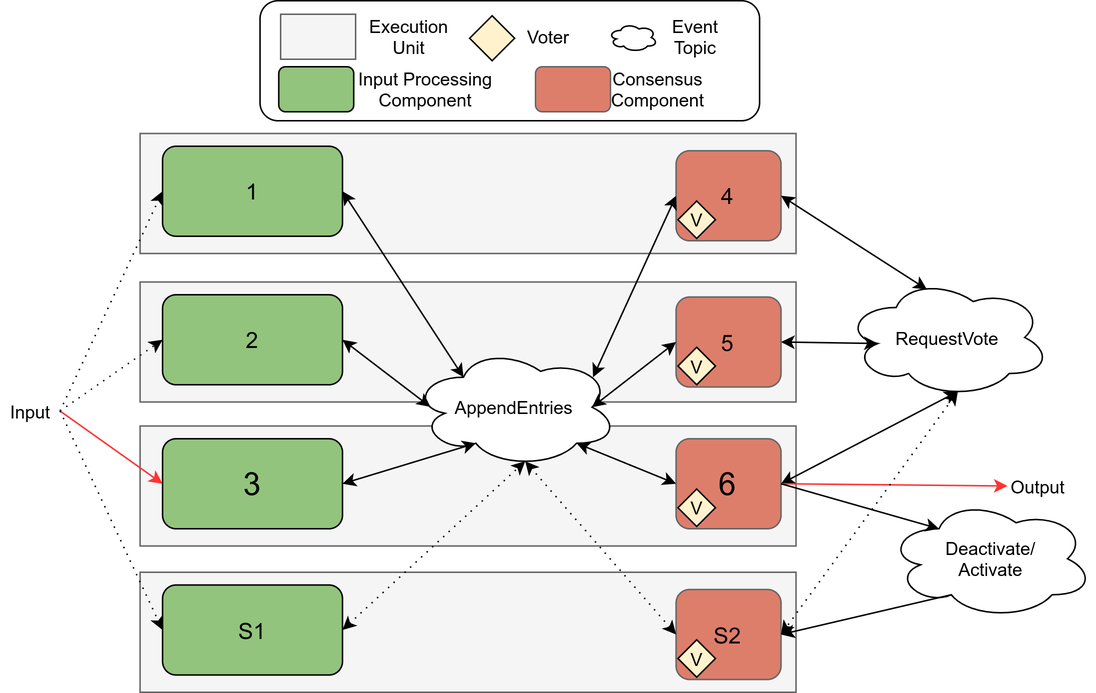
The draw.io diagram images/ThreeEUConsensusDDS.png in Boffmann/masterThesis, before a commit. Source tidied: cells renumbered, new cells last; positions are measured from the earlier drawing's top-left corner, leaving out a move shared by most shapes.
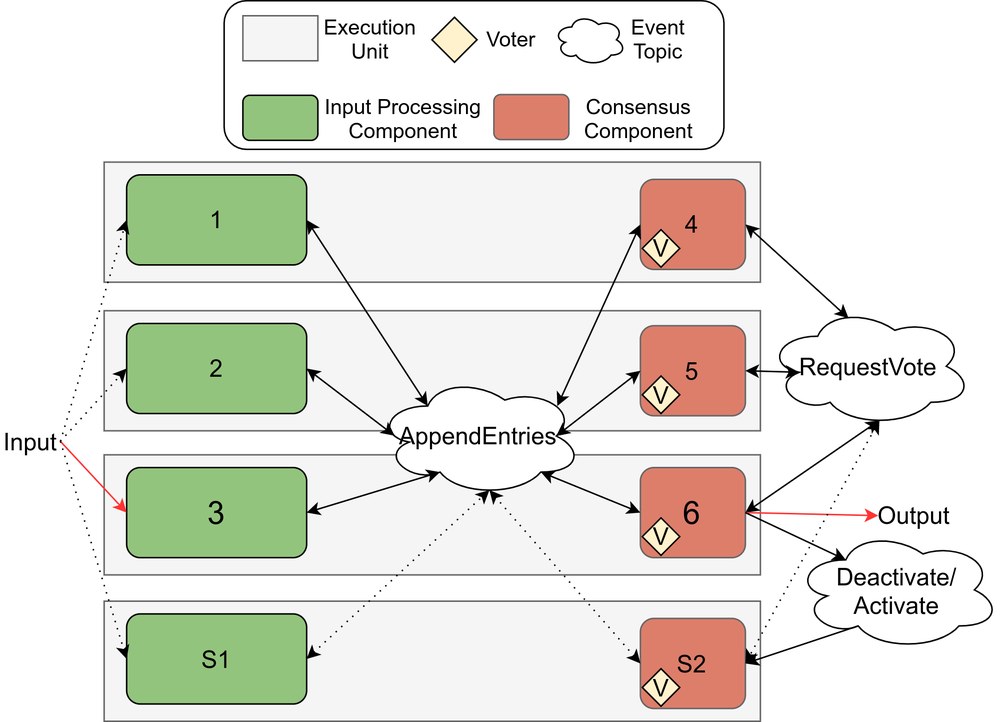
Above is the later version.

Change to the diagram source:
```diff
@@ -3,37 +3,37 @@
     <mxCell id="0" />
     <mxCell id="1" parent="0" />
     <mxCell id="2" style="rounded=1;whiteSpace=wrap;html=1;" parent="1" vertex="1">
-      <mxGeometry x="172.9" width="333.2" height="80" as="geometry" />
+      <mxGeometry x="172.9" y="-19" width="333.2" height="99" as="geometry" />
     </mxCell>
     <mxCell id="3" style="rounded=0;whiteSpace=wrap;html=1;fillColor=#f5f5f5;strokeColor=#666666;fontColor=#333333;" parent="1" vertex="1">
-      <mxGeometry x="186.7" y="9" width="50" height="30" as="geometry" />
+      <mxGeometry x="185.4" y="-9" width="50" height="30" as="geometry" />
     </mxCell>
-    <mxCell id="4" value="Execution&lt;br&gt;Unit" style="text;html=1;align=center;verticalAlign=middle;" parent="1" vertex="1">
-      <mxGeometry x="236.7" y="9" width="70" height="30" as="geometry" />
+    <mxCell id="4" value="&lt;font style=&quot;font-size: 14px&quot;&gt;Execution&lt;br&gt;Unit&lt;/font&gt;" style="text;html=1;align=center;verticalAlign=middle;" parent="1" vertex="1">
+      <mxGeometry x="230.4" y="-14" width="80" height="40" as="geometry" />
     </mxCell>
     <mxCell id="5" style="rounded=1;whiteSpace=wrap;html=1;strokeColor=#666666;fillColor=#dd7e6b;" parent="1" vertex="1">
-      <mxGeometry x="356.7" y="44" width="50" height="30" as="geometry" />
+      <mxGeometry x="352.8" y="43.5" width="50" height="30" as="geometry" />
     </mxCell>
-    <mxCell id="6" value="Consensus&lt;br&gt;Component" style="text;html=1;align=center;verticalAlign=middle;" parent="1" vertex="1">
-      <mxGeometry x="398.1" y="44" width="80" height="30" as="geometry" />
+    <mxCell id="6" value="&lt;font style=&quot;font-size: 14px&quot;&gt;Consensus&lt;br&gt;Component&lt;/font&gt;" style="text;html=1;align=center;verticalAlign=middle;" parent="1" vertex="1">
+      <mxGeometry x="404" y="39" width="90" height="40" as="geometry" />
     </mxCell>
     <mxCell id="7" style="rhombus;whiteSpace=wrap;html=1;fillColor=#FFF2CC;" parent="1" vertex="1">
-      <mxGeometry x="312.8" y="10" width="30" height="30" as="geometry" />
+      <mxGeometry x="311.5" y="-8" width="30" height="30" as="geometry" />
     </mxCell>
-    <mxCell id="8" value="Voter" style="text;html=1;align=center;verticalAlign=middle;" parent="1" vertex="1">
-      <mxGeometry x="345.3" y="14" width="40" height="20" as="geometry" />
+    <mxCell id="8" value="&lt;font style=&quot;font-size: 14px&quot;&gt;Voter&lt;/font&gt;" style="text;html=1;align=center;verticalAlign=middle;" parent="1" vertex="1">
+      <mxGeometry x="339" y="-4" width="50" height="20" as="geometry" />
     </mxCell>
     <mxCell id="9" style="rounded=1;whiteSpace=wrap;html=1;fillColor=#93C47D;" parent="1" vertex="1">
       <mxGeometry x="185.4" y="44" width="50" height="30" as="geometry" />
     </mxCell>
-    <mxCell id="10" value="Input Processing&lt;br&gt;Component" style="text;html=1;align=center;verticalAlign=middle;" parent="1" vertex="1">
-      <mxGeometry x="232.9" y="44" width="100" height="30" as="geometry" />
+    <mxCell id="10" value="&lt;font style=&quot;font-size: 14px&quot;&gt;Input Processing&lt;br&gt;Component&lt;/font&gt;" style="text;html=1;align=center;verticalAlign=middle;" parent="1" vertex="1">
+      <mxGeometry x="231.7" y="39" width="120" height="40" as="geometry" />
     </mxCell>
     <mxCell id="11" style="ellipse;shape=cloud;whiteSpace=wrap;html=1;" parent="1" vertex="1">
-      <mxGeometry x="405.4" y="15" width="32.6" height="19" as="geometry" />
+      <mxGeometry x="392.8" y="-10" width="47.7" height="34" as="geometry" />
     </mxCell>
-    <mxCell id="12" value="Event&lt;br&gt;Topic" style="text;html=1;align=center;verticalAlign=middle;" parent="1" vertex="1">
-      <mxGeometry x="437.9" y="8.5" width="50" height="30" as="geometry" />
+    <mxCell id="12" value="&lt;font style=&quot;font-size: 14px&quot;&gt;Event&lt;br&gt;Topic&lt;/font&gt;" style="text;html=1;align=center;verticalAlign=middle;" parent="1" vertex="1">
+      <mxGeometry x="436.7" y="-14.5" width="50" height="40" as="geometry" />
     </mxCell>
     <mxCell id="13" style="rounded=0;whiteSpace=wrap;html=1;fillColor=#f5f5f5;strokeColor=#666666;fontColor=#333333;" parent="1" vertex="1">
       <mxGeometry x="92.9" y="283.5" width="437.5" height="80" as="geometry" />
@@ -44,41 +44,41 @@
     <mxCell id="15" style="rounded=0;whiteSpace=wrap;html=1;fillColor=#f5f5f5;strokeColor=#666666;fontColor=#333333;" parent="1" vertex="1">
       <mxGeometry x="92.9" y="88.5" width="437.5" height="80" as="geometry" />
     </mxCell>
-    <mxCell id="16" value="RequestVote" style="ellipse;shape=cloud;whiteSpace=wrap;html=1;" parent="1" vertex="1">
-      <mxGeometry x="562.9" y="184.5" width="137.1" height="80" as="geometry" />
+    <mxCell id="16" value="&lt;font style=&quot;font-size: 16px&quot;&gt;RequestVote&lt;/font&gt;" style="ellipse;shape=cloud;whiteSpace=wrap;html=1;" parent="1" vertex="1">
+      <mxGeometry x="534.4" y="184.5" width="137.1" height="80" as="geometry" />
     </mxCell>
-    <mxCell id="17" value="&lt;font style=&quot;font-size: 15px&quot;&gt;4&lt;/font&gt;" style="rounded=1;whiteSpace=wrap;html=1;strokeColor=#666666;fillColor=#dd7e6b;" parent="1" vertex="1">
+    <mxCell id="17" value="&lt;font style=&quot;font-size: 16px&quot;&gt;4&lt;/font&gt;" style="rounded=1;whiteSpace=wrap;html=1;strokeColor=#666666;fillColor=#dd7e6b;" parent="1" vertex="1">
       <mxGeometry x="450.4" y="100" width="70" height="60" as="geometry" />
     </mxCell>
-    <mxCell id="18" value="&lt;font style=&quot;font-size: 15px&quot;&gt;1&lt;/font&gt;" style="rounded=1;whiteSpace=wrap;html=1;fillColor=#93C47D;" parent="1" vertex="1">
+    <mxCell id="18" value="&lt;font style=&quot;font-size: 16px&quot;&gt;1&lt;/font&gt;" style="rounded=1;whiteSpace=wrap;html=1;fillColor=#93C47D;" parent="1" vertex="1">
       <mxGeometry x="107.9" y="97" width="120" height="60" as="geometry" />
     </mxCell>
     <mxCell id="19" value="&lt;font style=&quot;font-size: 21px&quot;&gt;3&lt;/font&gt;" style="rounded=1;whiteSpace=wrap;html=1;fillColor=#93C47D;" parent="1" vertex="1">
       <mxGeometry x="107.9" y="292" width="120" height="60" as="geometry" />
     </mxCell>
-    <mxCell id="20" value="&lt;font style=&quot;font-size: 15px&quot;&gt;2&lt;/font&gt;" style="rounded=1;whiteSpace=wrap;html=1;fillColor=#93C47D;" parent="1" vertex="1">
+    <mxCell id="20" value="&lt;font style=&quot;font-size: 16px&quot;&gt;2&lt;/font&gt;" style="rounded=1;whiteSpace=wrap;html=1;fillColor=#93C47D;" parent="1" vertex="1">
       <mxGeometry x="107.9" y="196" width="120" height="60" as="geometry" />
     </mxCell>
-    <mxCell id="21" value="V" style="rhombus;whiteSpace=wrap;html=1;fillColor=#FFF2CC;" parent="1" vertex="1">
+    <mxCell id="21" value="&lt;font style=&quot;font-size: 16px&quot;&gt;V&lt;/font&gt;" style="rhombus;whiteSpace=wrap;html=1;fillColor=#FFF2CC;" parent="1" vertex="1">
       <mxGeometry x="451.7" y="133.5" width="25" height="25" as="geometry" />
     </mxCell>
-    <mxCell id="22" value="&lt;font style=&quot;font-size: 15px&quot;&gt;5&lt;/font&gt;" style="rounded=1;whiteSpace=wrap;html=1;strokeColor=#666666;fillColor=#dd7e6b;" parent="1" vertex="1">
+    <mxCell id="22" value="&lt;font style=&quot;font-size: 16px&quot;&gt;5&lt;/font&gt;" style="rounded=1;whiteSpace=wrap;html=1;strokeColor=#666666;fillColor=#dd7e6b;" parent="1" vertex="1">
       <mxGeometry x="450.4" y="197.5" width="70" height="60" as="geometry" />
     </mxCell>
-    <mxCell id="23" value="V" style="rhombus;whiteSpace=wrap;html=1;fillColor=#FFF2CC;" parent="1" vertex="1">
+    <mxCell id="23" value="&lt;font style=&quot;font-size: 16px&quot;&gt;V&lt;/font&gt;" style="rhombus;whiteSpace=wrap;html=1;fillColor=#FFF2CC;" parent="1" vertex="1">
       <mxGeometry x="451.7" y="231" width="25" height="25" as="geometry" />
     </mxCell>
     <mxCell id="24" value="&lt;font style=&quot;font-size: 21px&quot;&gt;6&lt;/font&gt;" style="rounded=1;whiteSpace=wrap;html=1;strokeColor=#666666;fillColor=#dd7e6b;" parent="1" vertex="1">
       <mxGeometry x="450.4" y="292" width="70" height="60" as="geometry" />
     </mxCell>
-    <mxCell id="25" value="V" style="rhombus;whiteSpace=wrap;html=1;fillColor=#FFF2CC;" parent="1" vertex="1">
+    <mxCell id="25" value="&lt;font style=&quot;font-size: 16px&quot;&gt;V&lt;/font&gt;" style="rhombus;whiteSpace=wrap;html=1;fillColor=#FFF2CC;" parent="1" vertex="1">
       <mxGeometry x="451.7" y="325.5" width="25" height="25" as="geometry" />
     </mxCell>
-    <mxCell id="26" value="AppendEntries" style="ellipse;shape=cloud;whiteSpace=wrap;html=1;" parent="1" vertex="1">
+    <mxCell id="26" value="&lt;font style=&quot;font-size: 16px&quot;&gt;AppendEntries&lt;/font&gt;" style="ellipse;shape=cloud;whiteSpace=wrap;html=1;" parent="1" vertex="1">
       <mxGeometry x="274.4" y="231" width="137.1" height="80" as="geometry" />
     </mxCell>
-    <mxCell id="27" value="Input" style="text;html=1;strokeColor=none;fillColor=none;align=center;verticalAlign=middle;whiteSpace=wrap;rounded=0;" parent="1" vertex="1">
-      <mxGeometry x="-0.4" y="263.5" width="40" height="20" as="geometry" />
+    <mxCell id="27" value="&lt;font style=&quot;font-size: 16px&quot;&gt;Input&lt;/font&gt;" style="text;html=1;strokeColor=none;fillColor=none;align=center;verticalAlign=middle;whiteSpace=wrap;rounded=0;" parent="1" vertex="1">
+      <mxGeometry x="23.8" y="264.5" width="40" height="20" as="geometry" />
     </mxCell>
     <mxCell id="28" style="endArrow=classic;html=1;exitX=1;exitY=0.5;exitDx=0;exitDy=0;entryX=0;entryY=0.5;entryDx=0;entryDy=0;dashed=1;dashPattern=1 4;" parent="1" edge="1" source="27">
       <mxGeometry relative="1" as="geometry">
@@ -122,26 +122,28 @@
     <mxCell id="39" style="endArrow=classic;startArrow=classic;html=1;strokeColor=#000000;entryX=0.88;entryY=0.25;entryDx=0;entryDy=0;exitX=0;exitY=0.5;exitDx=0;exitDy=0;entryPerimeter=0;" parent="1" edge="1" source="17" target="26">
       <mxGeometry relative="1" as="geometry" />
     </mxCell>
-    <mxCell id="40" value="Output" style="text;html=1;strokeColor=none;fillColor=none;align=center;verticalAlign=middle;whiteSpace=wrap;rounded=0;" parent="1" vertex="1">
-      <mxGeometry x="671.5" y="313.5" width="40" height="20" as="geometry" />
+    <mxCell id="40" value="&lt;font style=&quot;font-size: 16px&quot;&gt;Output&lt;/font&gt;" style="text;html=1;strokeColor=none;fillColor=none;align=center;verticalAlign=middle;whiteSpace=wrap;rounded=0;" parent="1" vertex="1">
+      <mxGeometry x="612.9" y="313.5" width="40" height="20" as="geometry" />
     </mxCell>
-    <mxCell id="41" style="endArrow=classic;html=1;exitX=1;exitY=0.5;exitDx=0;exitDy=0;entryX=0;entryY=0.5;entryDx=0;entryDy=0;strokeColor=#FF3333;" parent="1" edge="1" source="24" target="40">
-      <mxGeometry relative="1" as="geometry" />
+    <mxCell id="41" style="endArrow=classic;html=1;exitX=1;exitY=0.5;exitDx=0;exitDy=0;strokeColor=#FF3333;" parent="1" edge="1" source="24">
+      <mxGeometry relative="1" as="geometry">
+        <mxPoint x="609" y="324" as="targetPoint" />
+      </mxGeometry>
     </mxCell>
     <mxCell id="42" style="rounded=0;whiteSpace=wrap;html=1;fillColor=#f5f5f5;strokeColor=#666666;fontColor=#333333;" parent="1" vertex="1">
       <mxGeometry x="92.9" y="381" width="437.5" height="80" as="geometry" />
     </mxCell>
-    <mxCell id="43" value="&lt;font style=&quot;font-size: 15px&quot;&gt;S2&lt;/font&gt;" style="rounded=1;whiteSpace=wrap;html=1;strokeColor=#666666;fillColor=#dd7e6b;" parent="1" vertex="1">
+    <mxCell id="43" value="&lt;font style=&quot;font-size: 16px&quot;&gt;S2&lt;/font&gt;" style="rounded=1;whiteSpace=wrap;html=1;strokeColor=#666666;fillColor=#dd7e6b;" parent="1" vertex="1">
       <mxGeometry x="450.4" y="392.5" width="70" height="60" as="geometry" />
     </mxCell>
-    <mxCell id="44" value="&lt;font style=&quot;font-size: 15px&quot;&gt;S1&lt;/font&gt;" style="rounded=1;whiteSpace=wrap;html=1;fillColor=#93C47D;" parent="1" vertex="1">
+    <mxCell id="44" value="&lt;font style=&quot;font-size: 16px&quot;&gt;S1&lt;/font&gt;" style="rounded=1;whiteSpace=wrap;html=1;fillColor=#93C47D;" parent="1" vertex="1">
       <mxGeometry x="107.9" y="389.5" width="120" height="60" as="geometry" />
     </mxCell>
-    <mxCell id="45" value="V" style="rhombus;whiteSpace=wrap;html=1;fillColor=#FFF2CC;" parent="1" vertex="1">
+    <mxCell id="45" value="&lt;font style=&quot;font-size: 16px&quot;&gt;V&lt;/font&gt;" style="rhombus;whiteSpace=wrap;html=1;fillColor=#FFF2CC;" parent="1" vertex="1">
       <mxGeometry x="451.7" y="426" width="25" height="25" as="geometry" />
     </mxCell>
-    <mxCell id="46" value="Deactivate/&lt;br&gt;Activate" style="ellipse;shape=cloud;whiteSpace=wrap;html=1;" parent="1" vertex="1">
-      <mxGeometry x="591.5" y="332" width="137.1" height="80" as="geometry" />
+    <mxCell id="46" value="&lt;font style=&quot;font-size: 16px&quot;&gt;Deactivate/&lt;br&gt;Activate&lt;/font&gt;" style="ellipse;shape=cloud;whiteSpace=wrap;html=1;" parent="1" vertex="1">
+      <mxGeometry x="553.1" y="333.5" width="137.1" height="80" as="geometry" />
     </mxCell>
     <mxCell id="47" style="endArrow=classic;startArrow=none;html=1;strokeColor=#000000;entryX=0.25;entryY=0.25;entryDx=0;entryDy=0;exitX=1;exitY=0.5;exitDx=0;exitDy=0;startFill=0;entryPerimeter=0;" parent="1" edge="1" source="24" target="46">
       <mxGeometry relative="1" as="geometry" />
```
